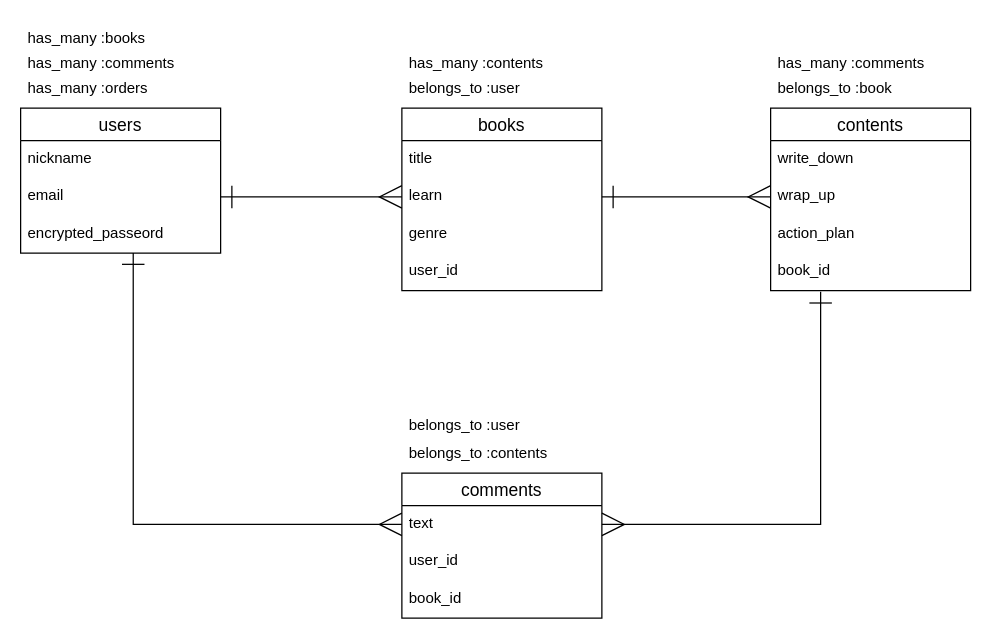
The draw.io diagram readme.dio in shimazaki-koji/reading_book_app, before the edit. Source tidied: cells renumbered, new cells numbered last; positions are measured from the earlier drawing's top-left corner, leaving out a move shared by most shapes. Both pictures are drawn from the tidied source at 125%, with x=0, y=0 at pixel (20, 20).
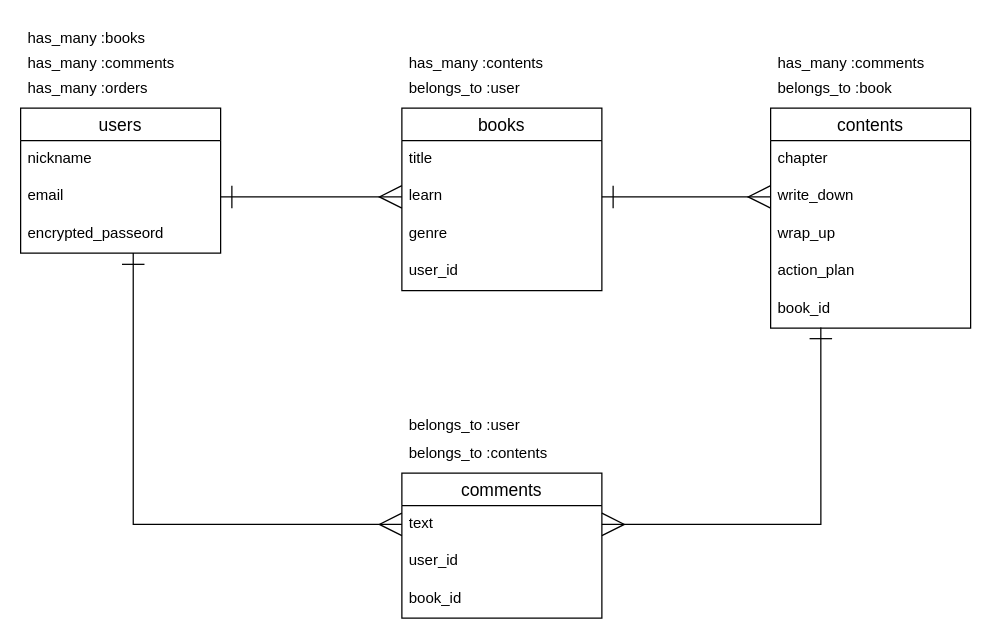
The same page after the edit.

The change refers to these unchanged cells:
```xml
<mxCell id="18" value="text" style="text;strokeColor=none;fillColor=none;spacingLeft=4;spacingRight=4;overflow=hidden;points=[[0,0.5],[1,0.5]];portConstraint=eastwest;fontSize=12;" parent="17" vertex="1">
  <mxGeometry y="26" width="160" height="30" as="geometry" />
</mxCell>
```

The edit, as a diff of the source:
```diff
@@
     <mxCell id="11" value="contents" style="swimlane;fontStyle=0;horizontal=1;startSize=26;align=center;fontSize=14;" parent="1" vertex="1">
-      <mxGeometry x="600" y="70" width="160" height="146" as="geometry" />
+      <mxGeometry x="600" y="70" width="160" height="176" as="geometry" />
     </mxCell>
-    <mxCell id="12" value="write_down" style="text;strokeColor=none;fillColor=none;spacingLeft=4;spacingRight=4;overflow=hidden;fontSize=12;" parent="11" vertex="1">
+    <mxCell id="12" value="chapter" style="text;strokeColor=none;fillColor=none;spacingLeft=4;spacingRight=4;overflow=hidden;fontSize=12;" parent="11" vertex="1">
       <mxGeometry y="26" width="160" height="30" as="geometry" />
     </mxCell>
-    <mxCell id="13" value="wrap_up" style="text;strokeColor=none;fillColor=none;spacingLeft=4;spacingRight=4;overflow=hidden;points=[[0,0.5],[1,0.5]];portConstraint=eastwest;fontSize=12;" parent="11" vertex="1">
+    <mxCell id="13" value="write_down" style="text;strokeColor=none;fillColor=none;spacingLeft=4;spacingRight=4;overflow=hidden;points=[[0,0.5],[1,0.5]];portConstraint=eastwest;fontSize=12;" parent="11" vertex="1">
       <mxGeometry y="56" width="160" height="30" as="geometry" />
     </mxCell>
-    <mxCell id="14" value="action_plan" style="text;strokeColor=none;fillColor=none;spacingLeft=4;spacingRight=4;overflow=hidden;fontSize=12;" parent="11" vertex="1">
+    <mxCell id="14" value="wrap_up" style="text;strokeColor=none;fillColor=none;spacingLeft=4;spacingRight=4;overflow=hidden;fontSize=12;" parent="11" vertex="1">
       <mxGeometry y="86" width="160" height="30" as="geometry" />
     </mxCell>
-    <mxCell id="15" value="book_id" style="text;strokeColor=none;fillColor=none;spacingLeft=4;spacingRight=4;overflow=hidden;points=[[0,0.5],[1,0.5]];portConstraint=eastwest;fontSize=12;" parent="11" vertex="1">
+    <mxCell id="15" value="action_plan" style="text;strokeColor=none;fillColor=none;spacingLeft=4;spacingRight=4;overflow=hidden;points=[[0,0.5],[1,0.5]];portConstraint=eastwest;fontSize=12;" parent="11" vertex="1">
       <mxGeometry y="116" width="160" height="30" as="geometry" />
     </mxCell>
+    <mxCell id="33" value="book_id" style="text;strokeColor=none;fillColor=none;spacingLeft=4;spacingRight=4;overflow=hidden;points=[[0,0.5],[1,0.5]];portConstraint=eastwest;fontSize=12;" parent="11" vertex="1">
+      <mxGeometry y="146" width="160" height="30" as="geometry" />
+    </mxCell>
-    <mxCell id="16" style="edgeStyle=orthogonalEdgeStyle;rounded=0;jettySize=auto;html=1;exitX=1;exitY=0.5;exitDx=0;exitDy=0;startArrow=ERmany;startFill=0;startSize=16;endArrow=ERone;endFill=0;endSize=16;entryX=0.25;entryY=1.03;entryDx=0;entryDy=0;entryPerimeter=0;" parent="1" edge="1" source="18" target="15">
+    <mxCell id="16" style="edgeStyle=orthogonalEdgeStyle;rounded=0;jettySize=auto;html=1;exitX=1;exitY=0.5;exitDx=0;exitDy=0;startArrow=ERmany;startFill=0;startSize=16;endArrow=ERone;endFill=0;endSize=16;entryX=0.251;entryY=0.981;entryDx=0;entryDy=0;entryPerimeter=0;" parent="1" edge="1" source="18" target="33">
       <mxGeometry relative="1" as="geometry" />
     </mxCell>
```
